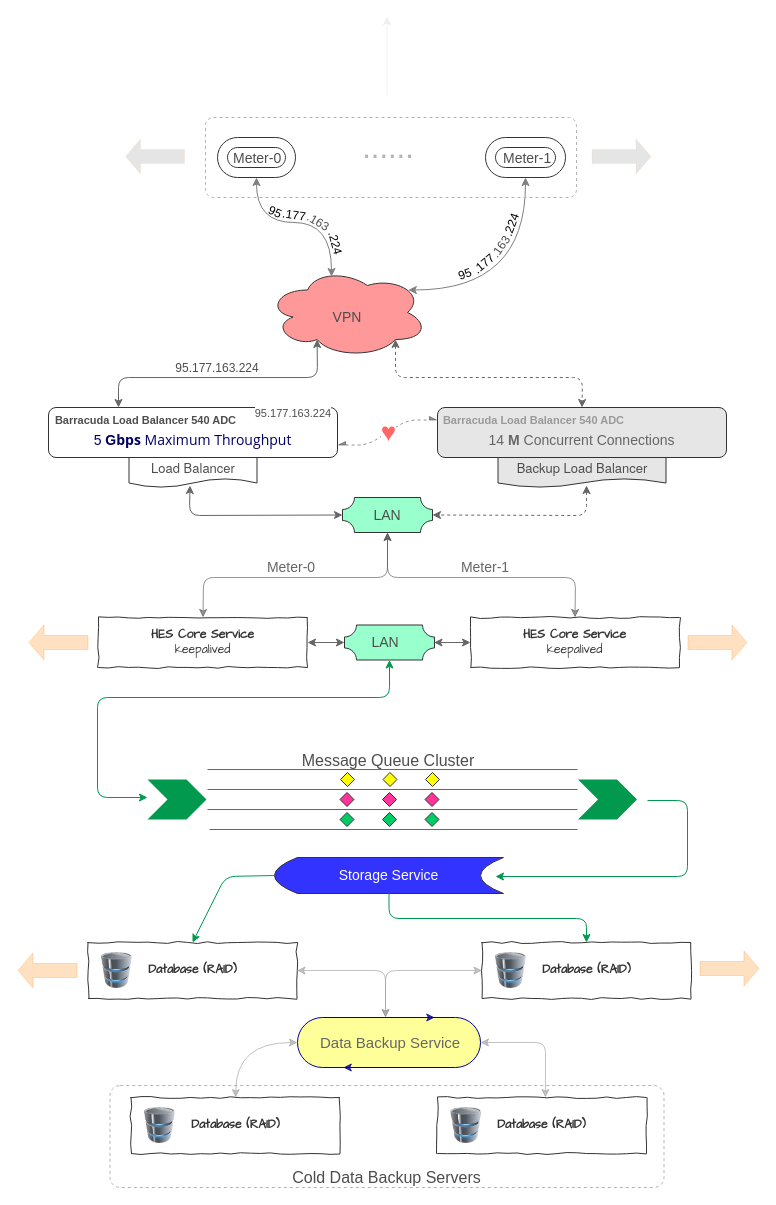
The draw.io diagram it architecture.drawio in DeepLn/Java, before the edit. Source tidied: cells renumbered, new cells numbered last; positions are measured from the earlier drawing's top-left corner, leaving out a move shared by most shapes. Both pictures are drawn from the tidied source at 100%, with x=0, y=0 at pixel (17, 16).
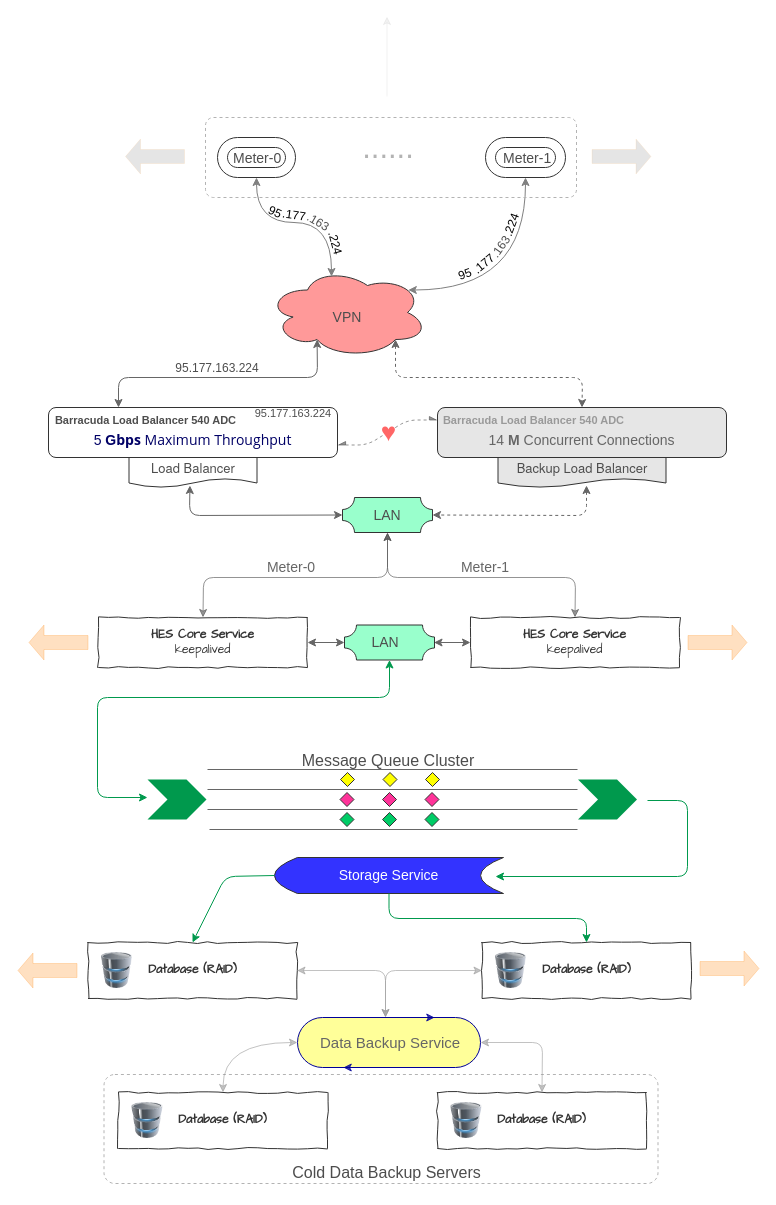
After the change.

Unchanged cells that the change refers to:
```xml
<mxCell id="87" style="rounded=1;whiteSpace=wrap;html=1;labelBackgroundColor=#ffffff;strokeColor=#000099;strokeWidth=1;fillColor=#FFFF99;fontSize=15;fontColor=#4D4D4D;align=center;arcSize=50;" parent="1" vertex="1">
  <mxGeometry x="280" y="1001" width="183" height="50" as="geometry" />
</mxCell>
```

Change to the diagram source:
```diff
@@
-    <mxCell id="66" value="&lt;span style=&quot;font-size: 11px;&quot;&gt;95.177.&lt;/span&gt;&lt;span style=&quot;font-size: 11px&quot;&gt;&lt;font style=&quot;font-size: 11px&quot;&gt;163&lt;/font&gt;&lt;/span&gt;&lt;span style=&quot;font-size: 11px;&quot;&gt;.224&lt;/span&gt;" style="text;html=1;strokeColor=none;fillColor=none;align=center;verticalAlign=middle;whiteSpace=wrap;rounded=0;fontSize=11;fontColor=#4D4D4D;labelBackgroundColor=#ffffff;" parent="1" vertex="1">
+    <mxCell id="66" value="&lt;span style=&quot;font-size: 11px;&quot;&gt;95.177.&lt;/span&gt;&lt;span style=&quot;font-size: 11px&quot;&gt;&lt;font style=&quot;font-size: 11px&quot;&gt;163&lt;/font&gt;&lt;/span&gt;&lt;span style=&quot;font-size: 11px;&quot;&gt;.224&lt;/span&gt;" style="text;html=1;strokeColor=none;fillColor=none;align=center;verticalAlign=middle;whiteSpace=wrap;rounded=0;fontSize=11;fontColor=#4D4D4D;labelBackgroundColor=none;" parent="1" vertex="1">
       <mxGeometry x="216" y="392" width="120" height="10" as="geometry" />
     </mxCell>
@@
-    <mxCell id="68" value="&lt;font style=&quot;font-size: 14px;&quot;&gt;5&amp;nbsp;&lt;b style=&quot;font-size: 14px;&quot;&gt;G&lt;/b&gt;&lt;strong style=&quot;box-sizing: border-box; font-family: &amp;quot;open sans&amp;quot;, sans-serif; text-align: left; font-size: 14px;&quot;&gt;bps&lt;/strong&gt;&lt;span style=&quot;font-family: &amp;quot;open sans&amp;quot;, sans-serif; text-align: left; background-color: rgb(255, 255, 255); font-size: 14px;&quot;&gt;&amp;nbsp;Maximum Throughput&lt;/span&gt;&lt;/font&gt;" style="text;html=1;strokeColor=none;fillColor=none;align=center;verticalAlign=middle;whiteSpace=wrap;rounded=0;dashed=1;labelBackgroundColor=none;fontSize=14;fontColor=#000066;" parent="1" vertex="1">
+    <mxCell id="68" value="&lt;font style=&quot;font-size: 14px&quot;&gt;5&amp;nbsp;&lt;b style=&quot;font-size: 14px&quot;&gt;G&lt;/b&gt;&lt;strong style=&quot;box-sizing: border-box ; font-family: &amp;#34;open sans&amp;#34; , sans-serif ; text-align: left ; font-size: 14px&quot;&gt;bps&lt;/strong&gt;&lt;span style=&quot;font-family: &amp;#34;open sans&amp;#34; , sans-serif ; text-align: left ; font-size: 14px&quot;&gt;&amp;nbsp;Maximum Throughput&lt;/span&gt;&lt;/font&gt;" style="text;html=1;strokeColor=none;fillColor=none;align=center;verticalAlign=middle;whiteSpace=wrap;rounded=0;dashed=1;labelBackgroundColor=none;fontSize=14;fontColor=#000066;" parent="1" vertex="1">
       <mxGeometry x="33" y="414" width="285" height="20" as="geometry" />
     </mxCell>
@@
-    <mxCell id="73" value="&lt;span style=&quot;white-space: normal; font-family: &amp;quot;helvetica neue&amp;quot;, helvetica, arial, sans-serif; font-size: 26px; background-color: rgb(255, 255, 255);&quot;&gt;♥&lt;/span&gt;" style="text;html=1;strokeColor=none;fillColor=none;align=center;verticalAlign=middle;whiteSpace=wrap;rounded=0;dashed=1;labelBackgroundColor=none;fontSize=26;fontColor=#FF6666;" parent="1" vertex="1">
+    <mxCell id="73" value="&lt;span style=&quot;white-space: normal; font-family: &amp;quot;helvetica neue&amp;quot;, helvetica, arial, sans-serif; font-size: 26px;&quot;&gt;♥&lt;/span&gt;" style="text;html=1;strokeColor=none;fillColor=none;align=center;verticalAlign=middle;whiteSpace=wrap;rounded=0;dashed=1;labelBackgroundColor=none;fontSize=26;fontColor=#FF6666;" parent="1" vertex="1">
       <mxGeometry x="356" y="405" width="31" height="20" as="geometry" />
     </mxCell>
@@
-    <mxCell id="81" value="Database (RAID)" style="html=1;whiteSpace=wrap;comic=1;strokeWidth=1;fontFamily=Comic Sans MS;fontStyle=1;fillColor=none;strokeColor=#333333;fontColor=#333333;labelBackgroundColor=#ffffff;" parent="1" vertex="1">
-      <mxGeometry x="113.5" y="1081" width="209" height="56" as="geometry" />
-    </mxCell>
-    <mxCell id="82" style="image;html=1;labelBackgroundColor=#ffffff;image=img/lib/clip_art/computers/Database_128x128.png;strokeColor=#333333;strokeWidth=1;fillColor=#FF9999;fontSize=14;fontColor=#4D4D4D;" parent="1" vertex="1">
-      <mxGeometry x="124.5" y="1091" width="36" height="36" as="geometry" />
-    </mxCell>
     <mxCell id="83" value="Database (RAID)" style="html=1;whiteSpace=wrap;comic=1;strokeWidth=1;fontFamily=Comic Sans MS;fontStyle=1;fillColor=none;strokeColor=#333333;fontColor=#333333;" parent="1" vertex="1">
-      <mxGeometry x="420" y="1081" width="209" height="56" as="geometry" />
+      <mxGeometry x="420" y="1076" width="209" height="56" as="geometry" />
     </mxCell>
     <mxCell id="84" style="image;html=1;labelBackgroundColor=#ffffff;image=img/lib/clip_art/computers/Database_128x128.png;strokeColor=#333333;strokeWidth=1;fillColor=#FF9999;fontSize=14;fontColor=#4D4D4D;" parent="1" vertex="1">
-      <mxGeometry x="431" y="1091" width="36" height="36" as="geometry" />
+      <mxGeometry x="431" y="1086" width="36" height="36" as="geometry" />
     </mxCell>
     <mxCell id="85" style="rounded=1;arcSize=10;dashed=1;strokeColor=#B3B3B3;fillColor=none;gradientColor=none;strokeWidth=1;labelBackgroundColor=none;fontSize=26;fontColor=#FF9999;align=center;html=0;" parent="1" vertex="1">
-      <mxGeometry x="92.5" y="1069" width="554" height="102" as="geometry" />
+      <mxGeometry x="86.5" y="1058" width="554" height="109" as="geometry" />
     </mxCell>
     <mxCell id="86" value="Cold Data Backup Servers" style="text;html=1;strokeColor=none;fillColor=none;align=center;verticalAlign=middle;whiteSpace=wrap;rounded=0;dashed=1;labelBackgroundColor=none;fontSize=16;fontColor=#4D4D4D;" parent="1" vertex="1">
-      <mxGeometry x="232" y="1151" width="275" height="20" as="geometry" />
+      <mxGeometry x="232" y="1146" width="275" height="20" as="geometry" />
     </mxCell>
@@
-    <mxCell id="90" style="endArrow=classic;startArrow=classic;html=1;strokeColor=#999999;fillColor=#000000;fontSize=15;fontColor=#4D4D4D;opacity=60;entryX=0;entryY=0.5;entryDx=0;entryDy=0;exitX=0.227;exitY=0.118;exitDx=0;exitDy=0;exitPerimeter=0;edgeStyle=orthogonalEdgeStyle;curved=1;" parent="1" edge="1" source="85" target="87">
+    <mxCell id="90" style="endArrow=classic;startArrow=classic;html=1;strokeColor=#999999;fillColor=#000000;fontSize=15;fontColor=#4D4D4D;opacity=60;entryX=0;entryY=0.5;entryDx=0;entryDy=0;exitX=0.5;exitY=0;exitDx=0;exitDy=0;edgeStyle=orthogonalEdgeStyle;curved=1;" parent="1" edge="1" source="81" target="87">
       <mxGeometry relative="1" as="geometry" />
     </mxCell>
@@
-    <mxCell id="93" style="endArrow=classic;startArrow=classic;html=1;strokeColor=#999999;fillColor=#000000;fontSize=15;fontColor=#4D4D4D;opacity=60;exitX=1;exitY=0.5;exitDx=0;exitDy=0;entryX=0.786;entryY=0.118;entryDx=0;entryDy=0;entryPerimeter=0;" parent="1" edge="1" source="87" target="85">
+    <mxCell id="93" style="endArrow=classic;startArrow=classic;html=1;strokeColor=#999999;fillColor=#000000;fontSize=15;fontColor=#4D4D4D;opacity=60;exitX=1;exitY=0.5;exitDx=0;exitDy=0;entryX=0.5;entryY=0;entryDx=0;entryDy=0;" parent="1" edge="1" source="87" target="83">
       <mxGeometry relative="1" as="geometry">
         <Array as="points">
-          <mxPoint x="528" y="1026" />
+          <mxPoint x="525" y="1026" />
         </Array>
       </mxGeometry>
     </mxCell>
@@
+    <mxCell id="81" value="Database (RAID)" style="html=1;whiteSpace=wrap;comic=1;strokeWidth=1;fontFamily=Comic Sans MS;fontStyle=1;fillColor=none;strokeColor=#333333;fontColor=#333333;" parent="1" vertex="1">
+      <mxGeometry x="101" y="1076" width="209" height="56" as="geometry" />
+    </mxCell>
+    <mxCell id="95" style="image;html=1;labelBackgroundColor=#ffffff;image=img/lib/clip_art/computers/Database_128x128.png;strokeColor=#333333;strokeWidth=1;fillColor=#FF9999;fontSize=14;fontColor=#4D4D4D;" parent="1" vertex="1">
+      <mxGeometry x="112" y="1086" width="36" height="36" as="geometry" />
+    </mxCell>
```
